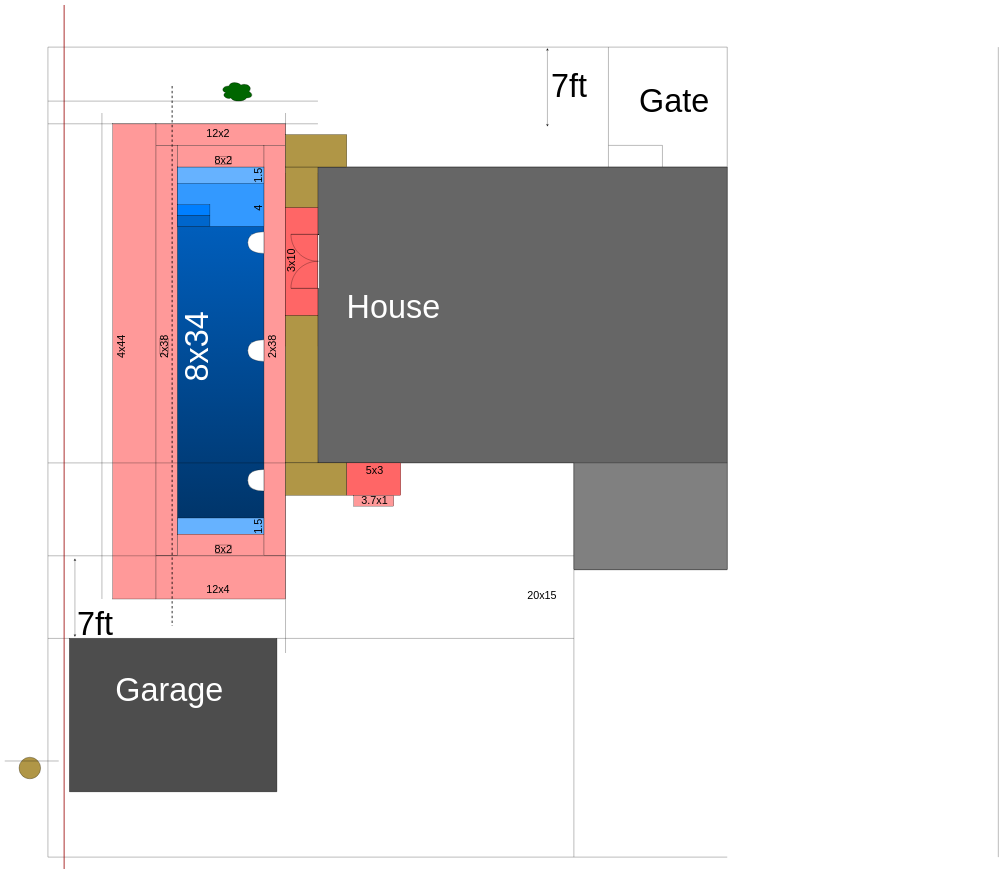
This is Pool.drawio from hikumealan/draw-io-diagrams, a draw.io file, before an edit. Source tidied: cells renumbered, new cells numbered last; positions are measured from the earlier drawing's top-left corner, leaving out a move shared by most shapes. Both pictures are drawn from the tidied source at 27%, with x=0, y=0 at pixel (5, 5).
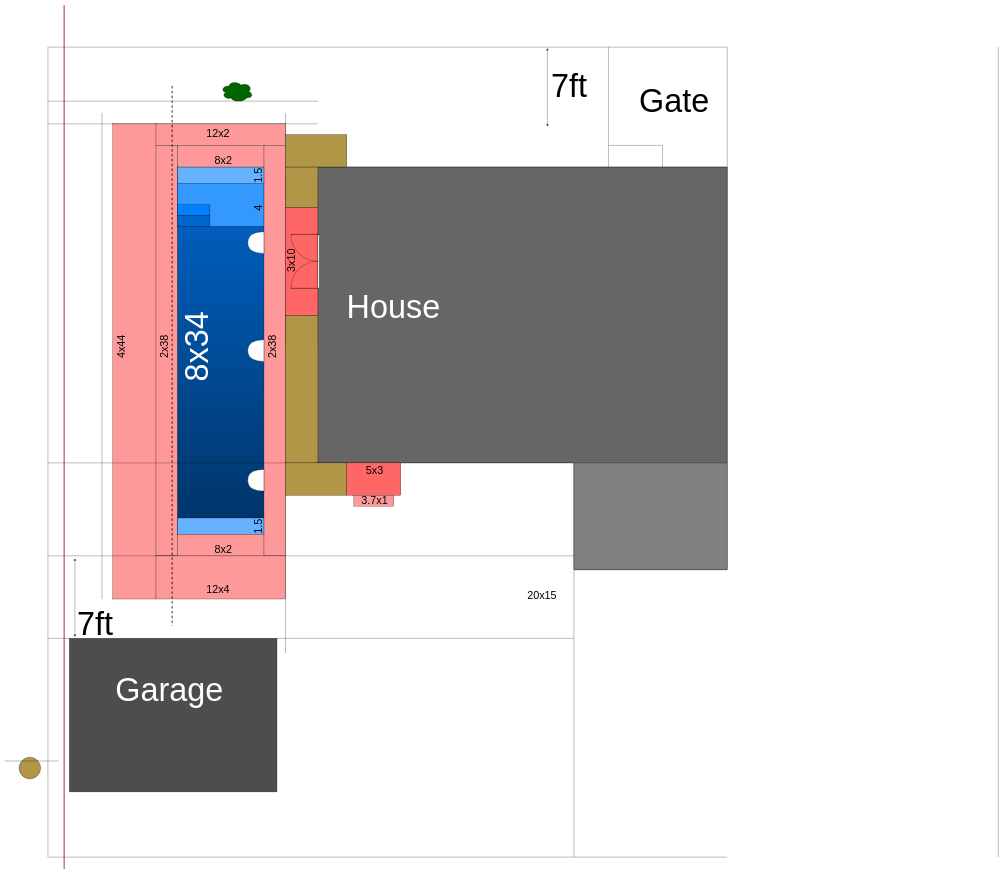
Above is the later version.

Change to the diagram source:
```diff
@@
-    <mxCell id="57" value="8x2" style="text;html=1;strokeColor=default;fillColor=none;align=center;verticalAlign=middle;whiteSpace=wrap;rounded=0;fontSize=40;fontColor=default;" parent="1" vertex="1">
+    <mxCell id="57" value="8x2" style="text;html=1;strokeColor=none;fillColor=none;align=center;verticalAlign=middle;whiteSpace=wrap;rounded=0;fontSize=40;fontColor=default;" parent="1" vertex="1">
       <mxGeometry x="780" y="2000" width="60" height="30" as="geometry" />
     </mxCell>
@@
-    <mxCell id="83" value="2x38" style="text;html=1;strokeColor=default;fillColor=none;align=center;verticalAlign=middle;whiteSpace=wrap;rounded=0;fontSize=40;fontColor=default;rotation=270;" parent="1" vertex="1">
+    <mxCell id="83" value="2x38" style="text;html=1;strokeColor=none;fillColor=none;align=center;verticalAlign=middle;whiteSpace=wrap;rounded=0;fontSize=40;fontColor=default;rotation=270;" parent="1" vertex="1">
       <mxGeometry x="560" y="1250" width="60" height="30" as="geometry" />
     </mxCell>
@@
-    <mxCell id="85" value="8x2" style="text;html=1;strokeColor=default;fillColor=none;align=center;verticalAlign=middle;whiteSpace=wrap;rounded=0;fontSize=40;fontColor=default;" parent="1" vertex="1">
+    <mxCell id="85" value="8x2" style="text;html=1;strokeColor=none;fillColor=none;align=center;verticalAlign=middle;whiteSpace=wrap;rounded=0;fontSize=40;fontColor=default;" parent="1" vertex="1">
       <mxGeometry x="780" y="560" width="60" height="30" as="geometry" />
     </mxCell>
```
